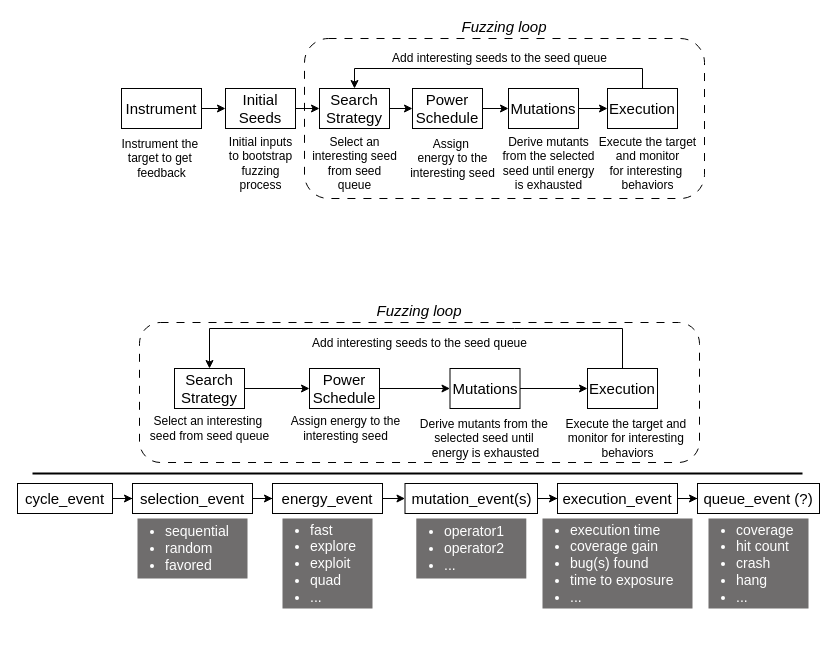
Above: tex/assets/diagrams.drawio in sritejakv/fuzzing_workshop_ndss (draw.io), before the change. Source tidied: cells renumbered, new cells numbered last; positions are measured from the earlier drawing's top-left corner, leaving out a move shared by most shapes. Both pictures are drawn from the tidied source at 100%, with x=0, y=0 at pixel (17, 38).
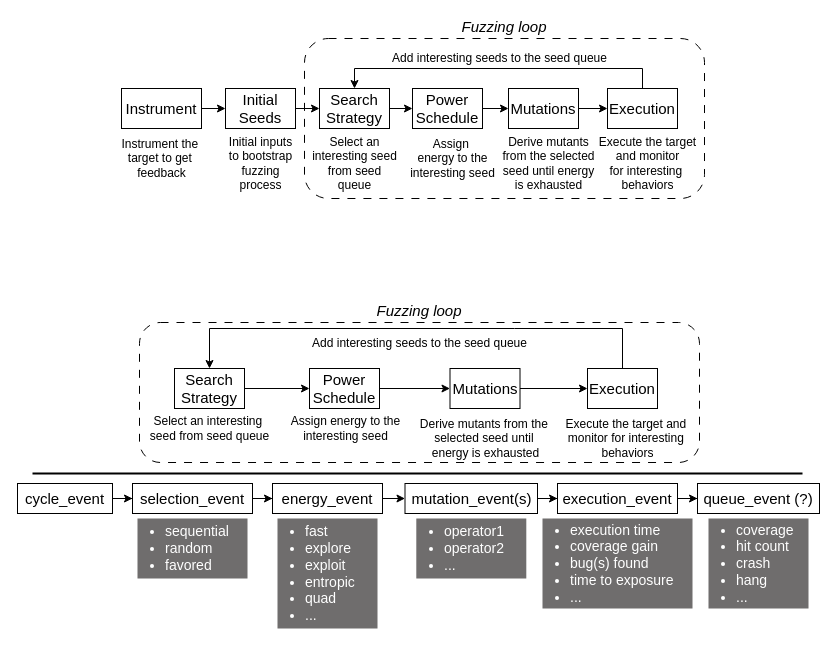
The same diagram, later.

The edit, as a diff of the source:
```diff
@@
-    <mxCell id="48" value="&lt;ul&gt;&lt;li&gt;fast&lt;/li&gt;&lt;li&gt;explore&lt;/li&gt;&lt;li&gt;exploit&lt;/li&gt;&lt;li&gt;quad&lt;/li&gt;&lt;li&gt;...&lt;/li&gt;&lt;/ul&gt;" style="text;html=1;align=left;verticalAlign=middle;strokeColor=none;fillColor=light-dark(#6f6d6d, #ededed);fontSize=14;spacing=0;spacingLeft=-12;spacingTop=-12;spacingBottom=-12;fontColor=#FFFFFF;" parent="1" vertex="1">
-      <mxGeometry x="265" y="480" width="90" height="90" as="geometry" />
+    <mxCell id="48" value="&lt;ul&gt;&lt;li&gt;fast&lt;/li&gt;&lt;li&gt;explore&lt;/li&gt;&lt;li&gt;exploit&lt;/li&gt;&lt;li&gt;entropic&lt;/li&gt;&lt;li&gt;quad&lt;/li&gt;&lt;li&gt;...&lt;/li&gt;&lt;/ul&gt;" style="text;html=1;align=left;verticalAlign=middle;strokeColor=none;fillColor=light-dark(#6f6d6d, #ededed);fontSize=14;spacing=0;spacingLeft=-12;spacingTop=-12;spacingBottom=-12;fontColor=#FFFFFF;" parent="1" vertex="1">
+      <mxGeometry x="260" y="480" width="100" height="110" as="geometry" />
     </mxCell>
```
